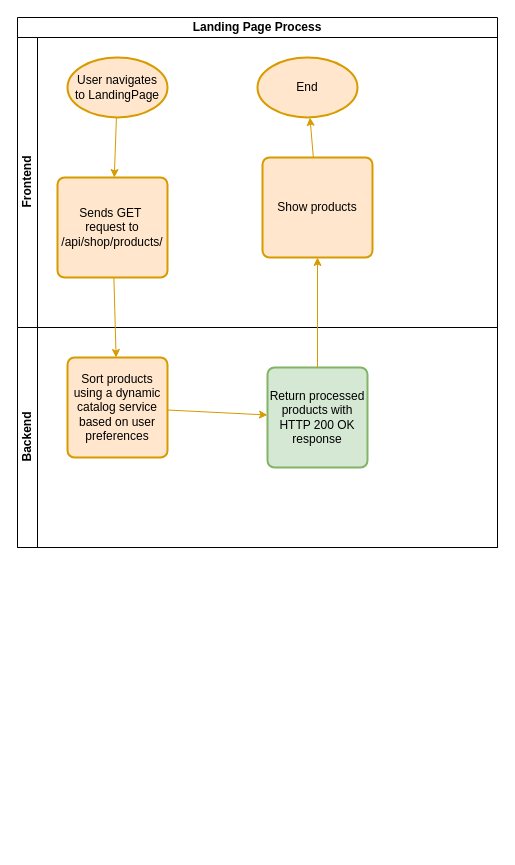
Above: diagrams/specific-business-processes/ecommerce.drawio in RHILIUS/E-Commerce-Docs (draw.io), before the change. Source tidied: cells renumbered, new cells numbered last; positions are measured from the earlier drawing's top-left corner, leaving out a move shared by most shapes. Both pictures are drawn from the tidied source at 100%, with x=0, y=0 at pixel (17, 17).
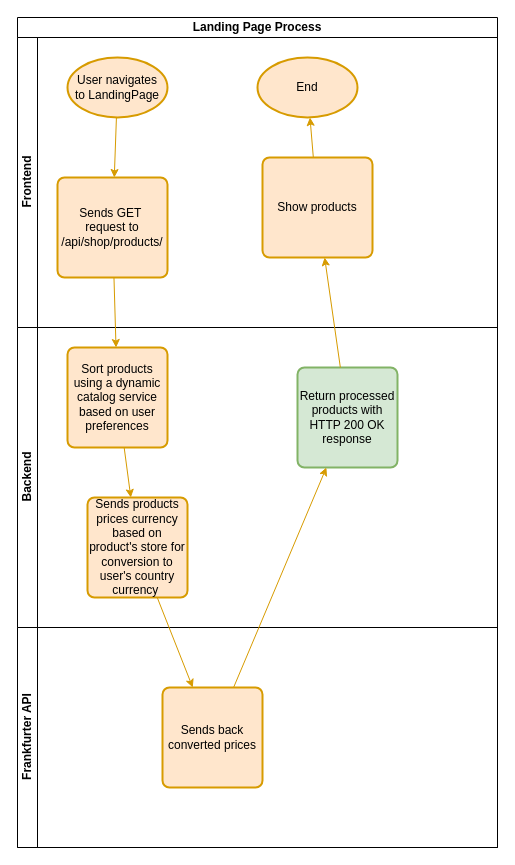
The same diagram, later.

Commit message (it also covers changes not shown here):
feat: update landing page process by including currency conversion

Diff of the diagram source:
```diff
@@
     <mxCell id="2" value="Landing Page Process" style="swimlane;html=1;horizontal=1;startSize=20;whiteSpace=wrap;" parent="1" vertex="1">
-      <mxGeometry width="480" height="530" as="geometry" />
+      <mxGeometry width="480" height="830" as="geometry" />
     </mxCell>
@@
     <mxCell id="10" value="Backend" style="swimlane;html=1;startSize=20;horizontal=0;" parent="2" vertex="1">
-      <mxGeometry y="310" width="480" height="220" as="geometry" />
+      <mxGeometry y="310" width="480" height="300" as="geometry" />
     </mxCell>
-    <mxCell id="11" style="edgeStyle=none;html=1;fillColor=#ffe6cc;strokeColor=#d79b00;" parent="10" edge="1" source="12" target="13">
-      <mxGeometry relative="1" as="geometry" />
-    </mxCell>
+    <mxCell id="16" style="edgeStyle=none;html=1;fillColor=#ffe6cc;strokeColor=#d79b00;" parent="10" edge="1" source="12" target="17">
+      <mxGeometry relative="1" as="geometry" />
+    </mxCell>
     <mxCell id="12" value="Sort products using a dynamic catalog service based on user preferences" style="rounded=1;whiteSpace=wrap;html=1;absoluteArcSize=1;arcSize=14;strokeWidth=2;fillColor=#ffe6cc;strokeColor=#d79b00;" parent="10" vertex="1">
-      <mxGeometry x="50" y="30" width="100" height="100" as="geometry" />
+      <mxGeometry x="50" y="20" width="100" height="100" as="geometry" />
     </mxCell>
     <mxCell id="13" value="Return processed products with HTTP 200 OK response" style="rounded=1;whiteSpace=wrap;html=1;absoluteArcSize=1;arcSize=14;strokeWidth=2;fillColor=#d5e8d4;strokeColor=#82b366;" parent="10" vertex="1">
-      <mxGeometry x="250" y="40" width="100" height="100" as="geometry" />
+      <mxGeometry x="280" y="40" width="100" height="100" as="geometry" />
     </mxCell>
+    <mxCell id="17" value="Sends products prices currency based on product's store for conversion to user's country currency&amp;nbsp;" style="rounded=1;whiteSpace=wrap;html=1;absoluteArcSize=1;arcSize=14;strokeWidth=2;fillColor=#ffe6cc;strokeColor=#d79b00;" parent="10" vertex="1">
+      <mxGeometry x="70" y="170" width="100" height="100" as="geometry" />
+    </mxCell>
+    <mxCell id="18" value="Frankfurter API" style="swimlane;html=1;startSize=20;horizontal=0;" parent="2" vertex="1">
+      <mxGeometry y="610" width="480" height="220" as="geometry" />
+    </mxCell>
+    <mxCell id="19" value="Sends back converted prices" style="rounded=1;whiteSpace=wrap;html=1;absoluteArcSize=1;arcSize=14;strokeWidth=2;fillColor=#ffe6cc;strokeColor=#d79b00;" parent="18" vertex="1">
+      <mxGeometry x="145" y="60" width="100" height="100" as="geometry" />
+    </mxCell>
@@
+    <mxCell id="20" style="edgeStyle=none;html=1;fillColor=#ffe6cc;strokeColor=#d79b00;" parent="2" edge="1" source="17" target="19">
+      <mxGeometry relative="1" as="geometry" />
+    </mxCell>
+    <mxCell id="21" style="edgeStyle=none;html=1;fillColor=#ffe6cc;strokeColor=#d79b00;" parent="2" edge="1" source="19" target="13">
+      <mxGeometry relative="1" as="geometry" />
+    </mxCell>
```
